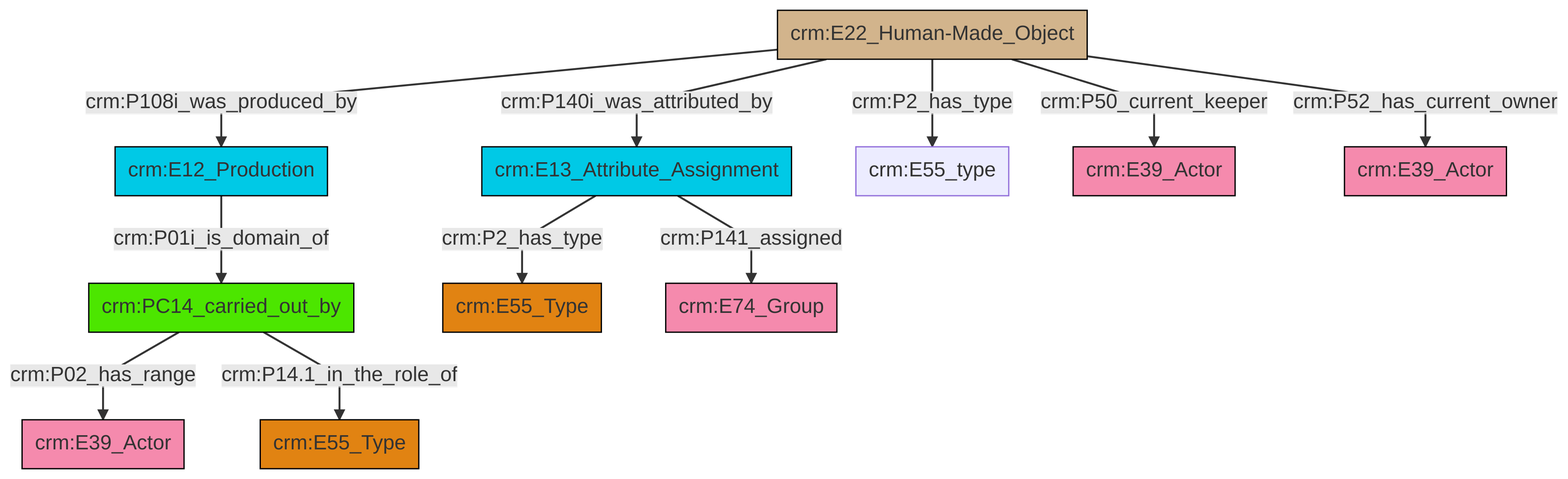
Before: et/artworkCSV/ttl/mmd/png/Artwork_Actor_Relations.png, a diagram exported from Mermaid (swiss-art-research-net/reference-data-models). Its source is kept beside it as et/artworkCSV/ttl/mmd/Artwork_Actor_Relations.ttl.mmd.
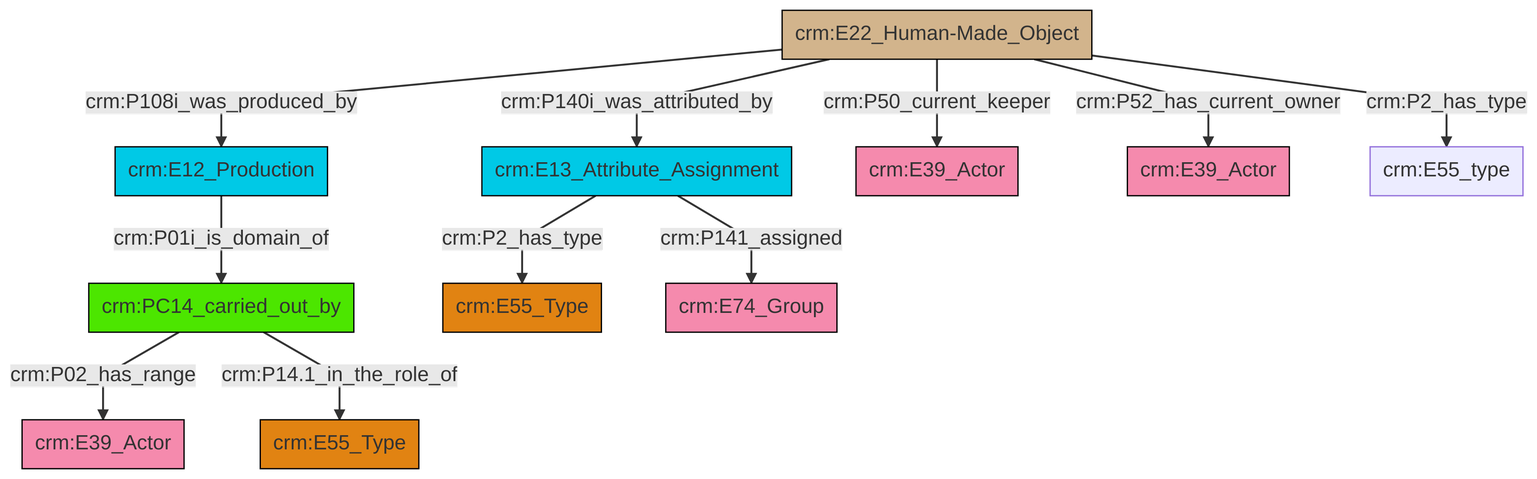
Later version of the same file.

Change to the diagram source:
```diff
@@ -13,13 +13,13 @@
 classDef PC_Classes fill:#4ce600, stroke:#000000;
 classDef Multi fill:#cccccc,stroke:#000000;
 
-2["crm:E13_Attribute_Assignment"]:::Temporal_Entity -->|crm:P2_has_type| 3["crm:E55_Type"]:::Type
-0["crm:PC14_carried_out_by"]:::PC_Classes -->|crm:P02_has_range| 8["crm:E39_Actor"]:::Actor
-2["crm:E13_Attribute_Assignment"]:::Temporal_Entity -->|crm:P141_assigned| 6["crm:E74_Group"]:::Actor
-9["crm:E22_Human-Made_Object"]:::Physical_Thing -->|crm:P2_has_type| 11["crm:E55_type"]:::Default
-4["crm:E12_Production"]:::Temporal_Entity -->|crm:P01i_is_domain_of| 0["crm:PC14_carried_out_by"]:::PC_Classes
-9["crm:E22_Human-Made_Object"]:::Physical_Thing -->|crm:P108i_was_produced_by| 4["crm:E12_Production"]:::Temporal_Entity
-9["crm:E22_Human-Made_Object"]:::Physical_Thing -->|crm:P52_has_current_owner| 15["crm:E39_Actor"]:::Actor
-9["crm:E22_Human-Made_Object"]:::Physical_Thing -->|crm:P50_current_keeper| 12["crm:E39_Actor"]:::Actor
-0["crm:PC14_carried_out_by"]:::PC_Classes -->|crm:P14.1_in_the_role_of| 16["crm:E55_Type"]:::Type
-9["crm:E22_Human-Made_Object"]:::Physical_Thing -->|crm:P140i_was_attributed_by| 2["crm:E13_Attribute_Assignment"]:::Temporal_Entity
+0["crm:E12_Production"]:::Temporal_Entity -->|crm:P01i_is_domain_of| 1["crm:PC14_carried_out_by"]:::PC_Classes
+4["crm:E22_Human-Made_Object"]:::Physical_Thing -->|crm:P140i_was_attributed_by| 5["crm:E13_Attribute_Assignment"]:::Temporal_Entity
+5["crm:E13_Attribute_Assignment"]:::Temporal_Entity -->|crm:P2_has_type| 2["crm:E55_Type"]:::Type
+4["crm:E22_Human-Made_Object"]:::Physical_Thing -->|crm:P50_current_keeper| 6["crm:E39_Actor"]:::Actor
+4["crm:E22_Human-Made_Object"]:::Physical_Thing -->|crm:P108i_was_produced_by| 0["crm:E12_Production"]:::Temporal_Entity
+4["crm:E22_Human-Made_Object"]:::Physical_Thing -->|crm:P52_has_current_owner| 14["crm:E39_Actor"]:::Actor
+4["crm:E22_Human-Made_Object"]:::Physical_Thing -->|crm:P2_has_type| 15["crm:E55_type"]:::Default
+1["crm:PC14_carried_out_by"]:::PC_Classes -->|crm:P02_has_range| 11["crm:E39_Actor"]:::Actor
+1["crm:PC14_carried_out_by"]:::PC_Classes -->|crm:P14.1_in_the_role_of| 7["crm:E55_Type"]:::Type
+5["crm:E13_Attribute_Assignment"]:::Temporal_Entity -->|crm:P141_assigned| 19["crm:E74_Group"]:::Actor
```
